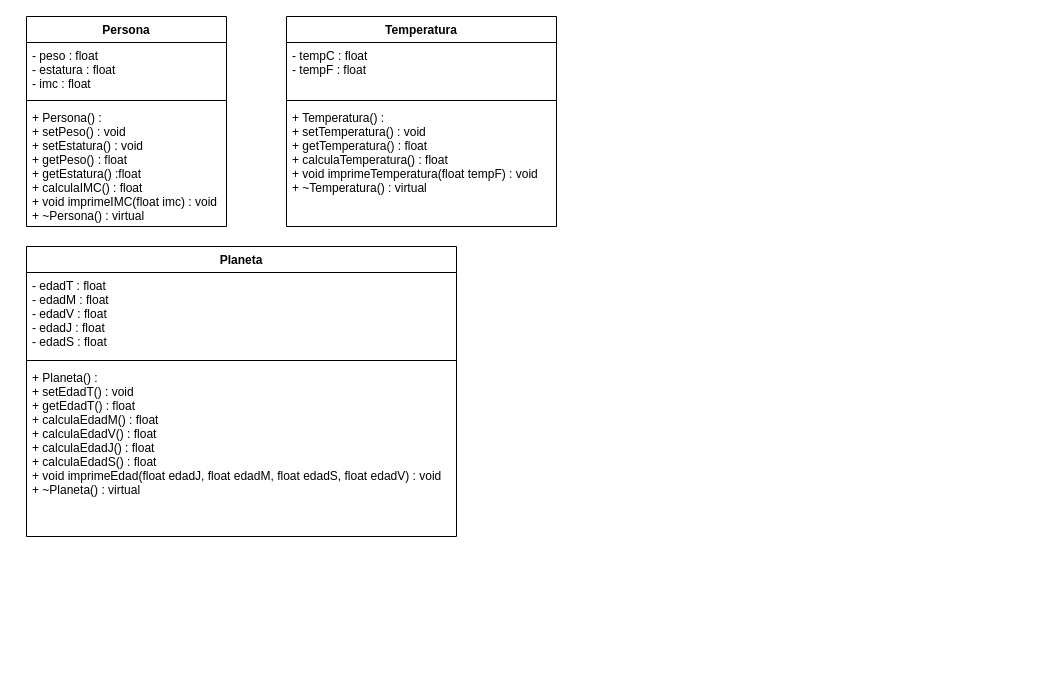
This is diagramas.drawio from A01802492/Clase-3-ActividadesOO, a draw.io file, before an edit. Source tidied: cells renumbered, new cells numbered last; positions are measured from the earlier drawing's top-left corner, leaving out a move shared by most shapes. Both pictures are drawn from the tidied source at 100%, with x=0, y=0 at pixel (26, 16).
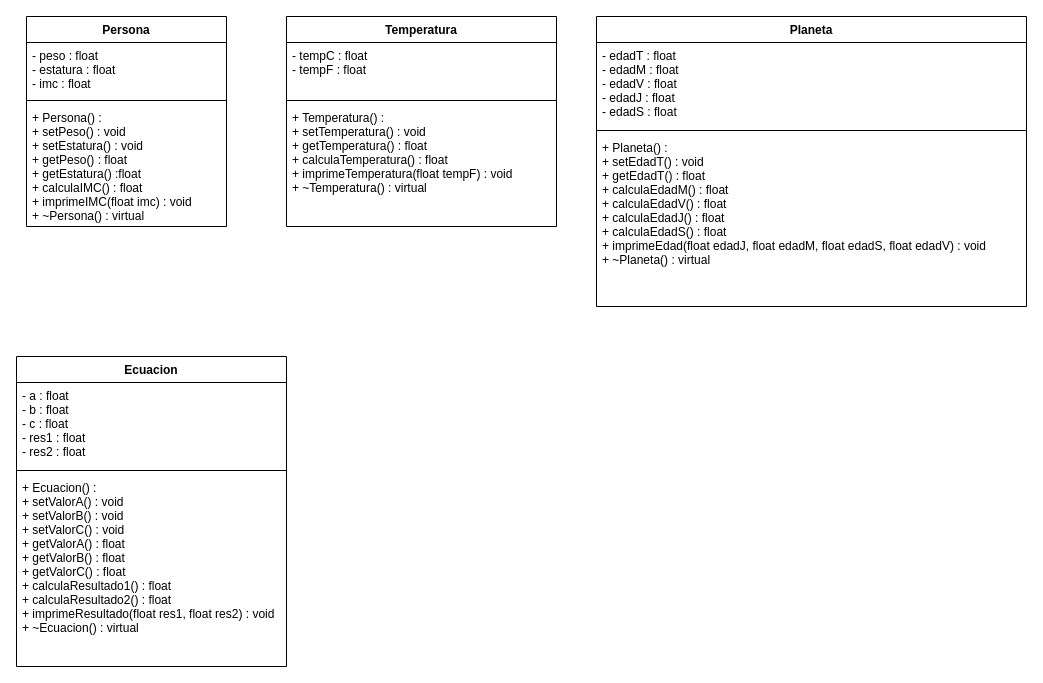
The same diagram, later.

The edit, as a diff of the source:
```diff
@@
 <mxGraphModel>
   <root>
     <mxCell id="0" />
     <mxCell id="1" parent="0" />
     <mxCell id="2" value="Persona" style="swimlane;fontStyle=1;align=center;verticalAlign=top;horizontal=1;startSize=26;" parent="1" vertex="1">
       <mxGeometry width="200" height="210" as="geometry" />
     </mxCell>
     <mxCell id="3" value="- peso : float&#10;- estatura : float&#10;- imc : float" style="text;strokeColor=none;fillColor=none;align=left;verticalAlign=top;spacingLeft=4;spacingRight=4;overflow=hidden;" parent="2" vertex="1">
       <mxGeometry y="26" width="200" height="54" as="geometry" />
     </mxCell>
     <mxCell id="4" style="line;strokeWidth=1;fillColor=none;align=left;verticalAlign=middle;spacingTop=-1;spacingLeft=3;spacingRight=3;labelPosition=right;strokeColor=inherit;" parent="2" vertex="1">
       <mxGeometry y="80" width="200" height="8" as="geometry" />
     </mxCell>
-    <mxCell id="5" value="+ Persona() :&#10;+ setPeso() : void&#10;+ setEstatura() : void&#10;+ getPeso() : float&#10;+ getEstatura() :float&#10;+ calculaIMC() : float&#10;+ void imprimeIMC(float imc) : void&#10;+ ~Persona() : virtual" style="text;strokeColor=none;fillColor=none;align=left;verticalAlign=top;spacingLeft=4;spacingRight=4;overflow=hidden;" parent="2" vertex="1">
+    <mxCell id="5" value="+ Persona() :&#10;+ setPeso() : void&#10;+ setEstatura() : void&#10;+ getPeso() : float&#10;+ getEstatura() :float&#10;+ calculaIMC() : float&#10;+ imprimeIMC(float imc) : void&#10;+ ~Persona() : virtual" style="text;strokeColor=none;fillColor=none;align=left;verticalAlign=top;spacingLeft=4;spacingRight=4;overflow=hidden;" parent="2" vertex="1">
       <mxGeometry y="88" width="200" height="122" as="geometry" />
     </mxCell>
     <mxCell id="6" value="Temperatura" style="swimlane;fontStyle=1;align=center;verticalAlign=top;horizontal=1;startSize=26;" parent="1" vertex="1">
       <mxGeometry x="260" width="270" height="210" as="geometry" />
     </mxCell>
     <mxCell id="7" value="- tempC : float&#10;- tempF : float" style="text;strokeColor=none;fillColor=none;align=left;verticalAlign=top;spacingLeft=4;spacingRight=4;overflow=hidden;" parent="6" vertex="1">
       <mxGeometry y="26" width="270" height="54" as="geometry" />
     </mxCell>
     <mxCell id="8" style="line;strokeWidth=1;fillColor=none;align=left;verticalAlign=middle;spacingTop=-1;spacingLeft=3;spacingRight=3;labelPosition=right;strokeColor=inherit;" parent="6" vertex="1">
       <mxGeometry y="80" width="270" height="8" as="geometry" />
     </mxCell>
-    <mxCell id="9" value="+ Temperatura() :&#10;+ setTemperatura() : void&#10;+ getTemperatura() : float&#10;+ calculaTemperatura() : float&#10;+ void imprimeTemperatura(float tempF) : void&#10;+ ~Temperatura() : virtual" style="text;strokeColor=none;fillColor=none;align=left;verticalAlign=top;spacingLeft=4;spacingRight=4;overflow=hidden;" parent="6" vertex="1">
+    <mxCell id="9" value="+ Temperatura() :&#10;+ setTemperatura() : void&#10;+ getTemperatura() : float&#10;+ calculaTemperatura() : float&#10;+ imprimeTemperatura(float tempF) : void&#10;+ ~Temperatura() : virtual" style="text;strokeColor=none;fillColor=none;align=left;verticalAlign=top;spacingLeft=4;spacingRight=4;overflow=hidden;" parent="6" vertex="1">
       <mxGeometry y="88" width="270" height="122" as="geometry" />
     </mxCell>
     <mxCell id="10" value="Planeta" style="swimlane;fontStyle=1;align=center;verticalAlign=top;horizontal=1;startSize=26;" parent="1" vertex="1">
-      <mxGeometry y="230" width="430" height="290" as="geometry" />
+      <mxGeometry x="570" width="430" height="290" as="geometry" />
     </mxCell>
     <mxCell id="11" value="- edadT : float&#10;- edadM : float&#10;- edadV : float&#10;- edadJ : float&#10;- edadS : float" style="text;strokeColor=none;fillColor=none;align=left;verticalAlign=top;spacingLeft=4;spacingRight=4;overflow=hidden;" parent="10" vertex="1">
       <mxGeometry y="26" width="430" height="84" as="geometry" />
     </mxCell>
     <mxCell id="12" style="line;strokeWidth=1;fillColor=none;align=left;verticalAlign=middle;spacingTop=-1;spacingLeft=3;spacingRight=3;labelPosition=right;strokeColor=inherit;" parent="10" vertex="1">
       <mxGeometry y="110" width="430" height="8" as="geometry" />
     </mxCell>
-    <mxCell id="13" value="+ Planeta() :&#10;+ setEdadT() : void&#10;+ getEdadT() : float&#10;+ calculaEdadM() : float&#10;+ calculaEdadV() : float&#10;+ calculaEdadJ() : float&#10;+ calculaEdadS() : float&#10;+ void imprimeEdad(float edadJ, float edadM, float edadS, float edadV) : void&#10;+ ~Planeta() : virtual" style="text;strokeColor=none;fillColor=none;align=left;verticalAlign=top;spacingLeft=4;spacingRight=4;overflow=hidden;" parent="10" vertex="1">
+    <mxCell id="13" value="+ Planeta() :&#10;+ setEdadT() : void&#10;+ getEdadT() : float&#10;+ calculaEdadM() : float&#10;+ calculaEdadV() : float&#10;+ calculaEdadJ() : float&#10;+ calculaEdadS() : float&#10;+ imprimeEdad(float edadJ, float edadM, float edadS, float edadV) : void&#10;+ ~Planeta() : virtual" style="text;strokeColor=none;fillColor=none;align=left;verticalAlign=top;spacingLeft=4;spacingRight=4;overflow=hidden;" parent="10" vertex="1">
       <mxGeometry y="118" width="430" height="172" as="geometry" />
     </mxCell>
+    <mxCell id="14" value="Ecuacion" style="swimlane;fontStyle=1;align=center;verticalAlign=top;horizontal=1;startSize=26;" parent="1" vertex="1">
+      <mxGeometry x="-10" y="340" width="270" height="310" as="geometry" />
+    </mxCell>
+    <mxCell id="15" value="- a : float&#10;- b : float&#10;- c : float&#10;- res1 : float&#10;- res2 : float" style="text;strokeColor=none;fillColor=none;align=left;verticalAlign=top;spacingLeft=4;spacingRight=4;overflow=hidden;" parent="14" vertex="1">
+      <mxGeometry y="26" width="270" height="84" as="geometry" />
+    </mxCell>
+    <mxCell id="16" style="line;strokeWidth=1;fillColor=none;align=left;verticalAlign=middle;spacingTop=-1;spacingLeft=3;spacingRight=3;labelPosition=right;strokeColor=inherit;" parent="14" vertex="1">
+      <mxGeometry y="110" width="270" height="8" as="geometry" />
+    </mxCell>
+    <mxCell id="17" value="+ Ecuacion() :&#10;+ setValorA() : void&#10;+ setValorB() : void&#10;+ setValorC() : void&#10;+ getValorA() : float&#10;+ getValorB() : float&#10;+ getValorC() : float&#10;+ calculaResultado1() : float&#10;+ calculaResultado2() : float&#10;+ imprimeResultado(float res1, float res2) : void&#10;+ ~Ecuacion() : virtual" style="text;strokeColor=none;fillColor=none;align=left;verticalAlign=top;spacingLeft=4;spacingRight=4;overflow=hidden;" parent="14" vertex="1">
+      <mxGeometry y="118" width="270" height="192" as="geometry" />
+    </mxCell>
   </root>
 </mxGraphModel>
```
